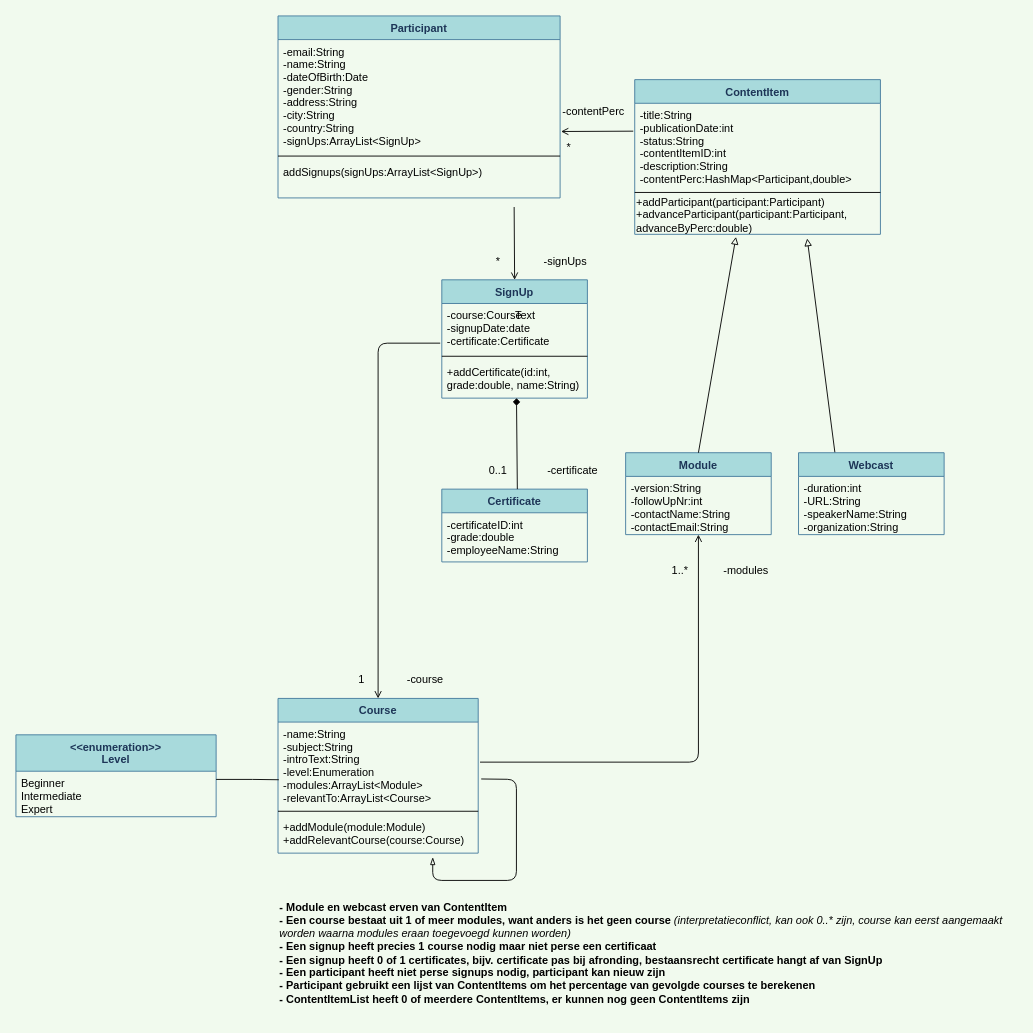
This is Diagrammen/Class diagram.drawio from TeaDrinkingProgrammer/MRLS-programmeren2, a draw.io file, before an edit. Source tidied: cells renumbered, new cells numbered last; positions are measured from the earlier drawing's top-left corner, leaving out a move shared by most shapes. Both pictures are drawn from the tidied source at 91%, with x=0, y=0 at pixel (15, 15).
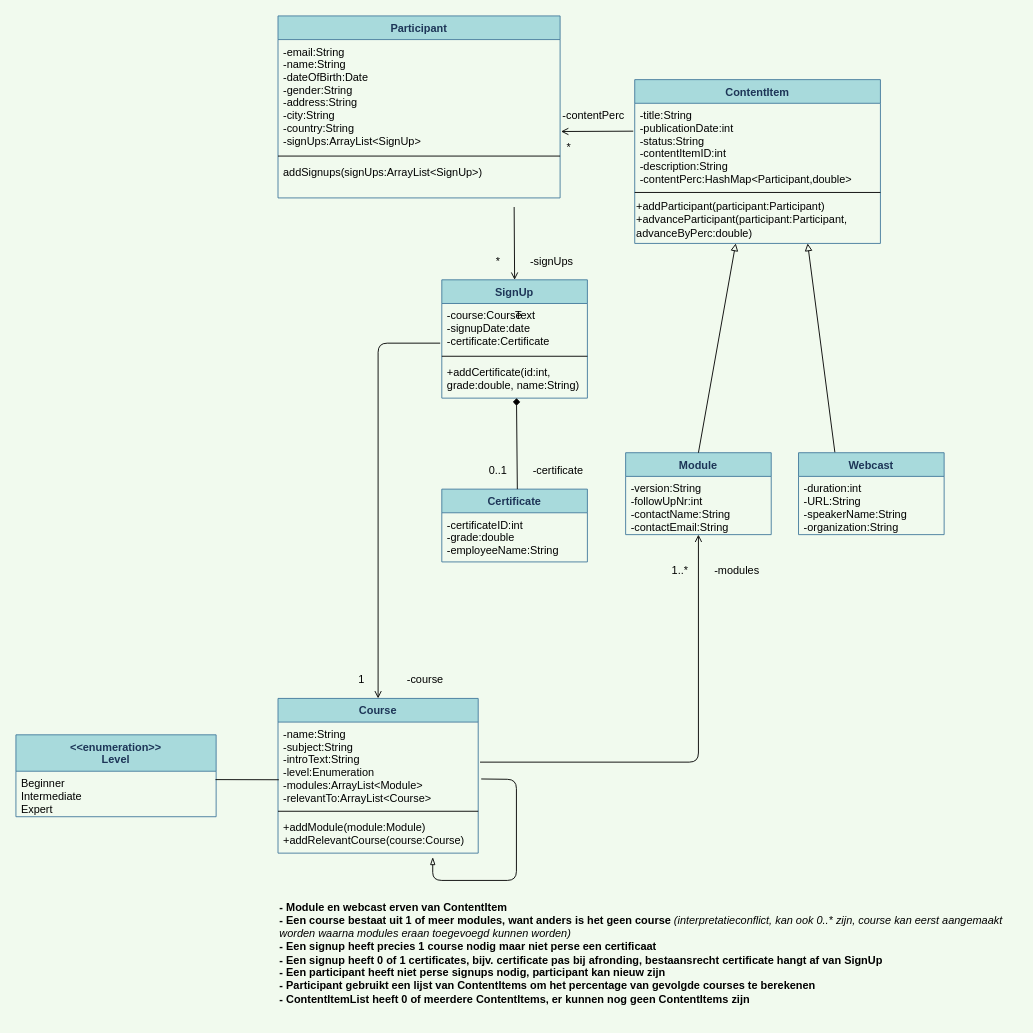
Above is the later version.

Unchanged cells that the change refers to:
```xml
<mxCell id="8" value="Module" style="swimlane;fontStyle=1;align=center;verticalAlign=top;horizontal=1;startSize=26;rounded=0;sketch=0;strokeColor=#457B9D;fillColor=#A8DADC;fontColor=#1D3557;" parent="1" vertex="1">
  <mxGeometry x="670" y="480" width="160" height="90" as="geometry" />
</mxCell>
<mxCell id="11" value="Webcast" style="swimlane;fontStyle=1;align=center;verticalAlign=top;horizontal=1;startSize=26;rounded=0;sketch=0;strokeColor=#457B9D;fillColor=#A8DADC;fontColor=#1D3557;" parent="1" vertex="1">
  <mxGeometry x="860" y="480" width="160" height="90" as="geometry" />
</mxCell>
<mxCell id="14" value="-name:String&#10;-subject:String&#10;-introText:String&#10;-level:Enumeration&#10;-modules:ArrayList&lt;Module&gt;&#10;-relevantTo:ArrayList&lt;Course&gt;&#10;" style="text;strokeColor=none;fillColor=none;align=left;verticalAlign=top;spacingLeft=4;spacingRight=4;overflow=hidden;points=[[0,0.5],[1,0.5]];portConstraint=eastwest;" parent="13" vertex="1">
  <mxGeometry y="26" width="220" height="94" as="geometry" />
</mxCell>
<mxCell id="38" value="Beginner&#10;Intermediate&#10;Expert" style="text;strokeColor=none;fillColor=none;align=left;verticalAlign=top;spacingLeft=4;spacingRight=4;overflow=hidden;points=[[0,0.5],[1,0.5]];portConstraint=eastwest;" parent="37" vertex="1">
  <mxGeometry y="40" width="220" height="50" as="geometry" />
</mxCell>
```

Change to the diagram source:
```diff
@@
     <mxCell id="3" value="ContentItem" style="swimlane;fontStyle=1;align=center;verticalAlign=top;horizontal=1;startSize=26;rounded=0;sketch=0;strokeColor=#457B9D;fillColor=#A8DADC;fontColor=#1D3557;" parent="1" vertex="1">
-      <mxGeometry x="680" y="70" width="270" height="170" as="geometry" />
+      <mxGeometry x="680" y="70" width="270" height="180" as="geometry" />
     </mxCell>
@@
     <mxCell id="6" value="+addParticipant(participant:Participant)&lt;br&gt;+advanceParticipant(participant:Participant,&lt;br&gt;advanceByPerc:double)" style="text;html=1;strokeColor=none;fillColor=none;align=left;verticalAlign=middle;whiteSpace=wrap;rounded=0;" parent="3" vertex="1">
-      <mxGeometry y="128" width="270" height="42" as="geometry" />
+      <mxGeometry y="128" width="270" height="52" as="geometry" />
     </mxCell>
@@
-    <mxCell id="10" style="rounded=1;sketch=0;jettySize=auto;html=1;startArrow=none;startFill=0;endArrow=block;endFill=0;fillColor=#A8DADC;fontColor=#1D3557;exitX=0.25;exitY=0;exitDx=0;exitDy=0;entryX=0.702;entryY=1.108;entryDx=0;entryDy=0;entryPerimeter=0;" parent="1" edge="1" source="11" target="6">
-      <mxGeometry relative="1" as="geometry" />
+    <mxCell id="10" style="rounded=1;sketch=0;jettySize=auto;html=1;startArrow=none;startFill=0;endArrow=block;endFill=0;fillColor=#A8DADC;fontColor=#1D3557;exitX=0.25;exitY=0;exitDx=0;exitDy=0;" parent="1" edge="1" source="11">
+      <mxGeometry relative="1" as="geometry">
+        <mxPoint x="870" y="250" as="targetPoint" />
+      </mxGeometry>
     </mxCell>
@@
-    <mxCell id="39" style="edgeStyle=orthogonalEdgeStyle;rounded=0;jettySize=auto;html=1;entryX=0.004;entryY=0.674;entryDx=0;entryDy=0;entryPerimeter=0;startArrow=none;startFill=0;endArrow=none;endFill=0;strokeColor=#000000;" parent="1" edge="1" source="38" target="14">
-      <mxGeometry relative="1" as="geometry">
-        <Array as="points">
-          <mxPoint x="260" y="839" />
-          <mxPoint x="260" y="839" />
-        </Array>
-      </mxGeometry>
+    <mxCell id="39" style="rounded=0;jettySize=auto;html=1;entryX=0.004;entryY=0.674;entryDx=0;entryDy=0;entryPerimeter=0;startArrow=none;startFill=0;endArrow=none;endFill=0;strokeColor=#000000;exitX=0.997;exitY=0.184;exitDx=0;exitDy=0;exitPerimeter=0;" parent="1" edge="1" source="38" target="14">
+      <mxGeometry relative="1" as="geometry" />
     </mxCell>
     <mxCell id="40" value="-signUps" style="text;html=1;strokeColor=none;fillColor=none;align=center;verticalAlign=middle;whiteSpace=wrap;rounded=0;" parent="1" vertex="1">
-      <mxGeometry x="558" y="265" width="92" height="10" as="geometry" />
+      <mxGeometry x="558" y="265" width="62" height="10" as="geometry" />
     </mxCell>
     <mxCell id="41" value="-certificate" style="text;html=1;strokeColor=none;fillColor=none;align=center;verticalAlign=middle;whiteSpace=wrap;rounded=0;" parent="1" vertex="1">
-      <mxGeometry x="574" y="490" width="76" height="20" as="geometry" />
+      <mxGeometry x="558" y="490" width="76" height="20" as="geometry" />
     </mxCell>
@@
     <mxCell id="43" value="-modules" style="text;html=1;strokeColor=none;fillColor=none;align=center;verticalAlign=middle;whiteSpace=wrap;rounded=0;" parent="1" vertex="1">
-      <mxGeometry x="765" y="600" width="75" height="20" as="geometry" />
+      <mxGeometry x="755" y="600" width="75" height="20" as="geometry" />
     </mxCell>
     <mxCell id="44" value="-contentPerc" style="text;html=1;strokeColor=none;fillColor=none;align=center;verticalAlign=middle;whiteSpace=wrap;rounded=0;" parent="1" vertex="1">
-      <mxGeometry x="590" y="95" width="90" height="20" as="geometry" />
+      <mxGeometry x="590" y="100" width="90" height="20" as="geometry" />
     </mxCell>
@@
-    <mxCell id="46" style="rounded=1;sketch=0;jettySize=auto;html=1;startArrow=none;startFill=0;endArrow=block;endFill=0;fillColor=#A8DADC;fontColor=#1D3557;exitX=0.5;exitY=0;exitDx=0;exitDy=0;entryX=0.412;entryY=1.067;entryDx=0;entryDy=0;entryPerimeter=0;" parent="1" edge="1" source="8" target="6">
-      <mxGeometry relative="1" as="geometry" />
+    <mxCell id="46" style="rounded=1;sketch=0;jettySize=auto;html=1;startArrow=none;startFill=0;endArrow=block;endFill=0;fillColor=#A8DADC;fontColor=#1D3557;exitX=0.5;exitY=0;exitDx=0;exitDy=0;" parent="1" edge="1" source="8">
+      <mxGeometry relative="1" as="geometry">
+        <mxPoint x="791" y="250" as="targetPoint" />
+      </mxGeometry>
     </mxCell>
```
